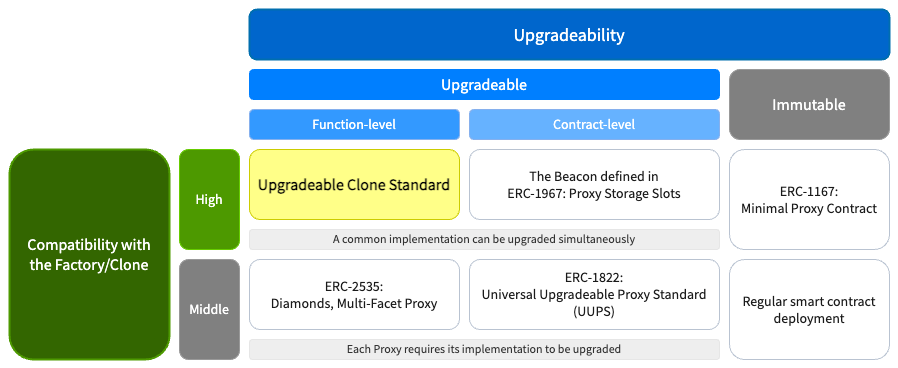
Above: assets/erc-7546/images/usecases.png in ethereum/ERCs (draw.io), before the change. Source tidied: cells renumbered, new cells last; positions are measured from the earlier drawing's top-left corner, leaving out a move shared by most shapes. Source of this version:
```xml
<mxGraphModel>
  <root>
    <mxCell id="0" />
    <mxCell id="1" parent="0" />
    <mxCell id="2" value="Upgradeability" style="rounded=1;whiteSpace=wrap;html=1;fillColor=#0066CC;strokeColor=#006EAF;fillStyle=auto;fontFamily=Source Sans Pro;fontSource=https%3A%2F%2Ffonts.googleapis.com%2Fcss%3Ffamily%3DSource%2BSans%2BPro;fontSize=18;fontStyle=0;glass=0;shadow=0;fontColor=#ffffff;strokeWidth=2;" parent="1" vertex="1">
      <mxGeometry x="240" width="640" height="50" as="geometry" />
    </mxCell>
    <mxCell id="3" value="Upgradeable" style="rounded=1;whiteSpace=wrap;html=1;fontFamily=Source Sans Pro;fontSource=https%3A%2F%2Ffonts.googleapis.com%2Fcss%3Ffamily%3DSource%2BSans%2BPro;fillColor=#007FFF;strokeColor=#007FFF;fontSize=16;glass=0;shadow=0;fontColor=#FFFFFF;" parent="1" vertex="1">
      <mxGeometry x="240" y="60" width="470" height="30" as="geometry" />
    </mxCell>
    <mxCell id="4" value="Immutable" style="rounded=1;whiteSpace=wrap;html=1;fontFamily=Source Sans Pro;fontSource=https%3A%2F%2Ffonts.googleapis.com%2Fcss%3Ffamily%3DSource%2BSans%2BPro;fillColor=#808080;strokeColor=#999999;glass=0;fontSize=16;shadow=0;fontColor=#FFFFFF;" parent="1" vertex="1">
      <mxGeometry x="720" y="60" width="160" height="70" as="geometry" />
    </mxCell>
    <mxCell id="5" value="Contract-level" style="rounded=1;whiteSpace=wrap;html=1;fontFamily=Source Sans Pro;fontSource=https%3A%2F%2Ffonts.googleapis.com%2Fcss%3Ffamily%3DSource%2BSans%2BPro;fillColor=#66B2FF;strokeColor=#86B0ED;fontSize=14;glass=0;shadow=0;fontColor=#FFFFFF;" parent="1" vertex="1">
      <mxGeometry x="460" y="100" width="250" height="30" as="geometry" />
    </mxCell>
    <mxCell id="6" value="Function-level" style="rounded=1;whiteSpace=wrap;html=1;fontFamily=Source Sans Pro;fontSource=https%3A%2F%2Ffonts.googleapis.com%2Fcss%3Ffamily%3DSource%2BSans%2BPro;fillColor=#3399FF;strokeColor=#86B0ED;fontSize=14;glass=0;shadow=0;fontColor=#FFFFFF;" parent="1" vertex="1">
      <mxGeometry x="240" y="100" width="210" height="30" as="geometry" />
    </mxCell>
    <mxCell id="7" value="Compatibility with&lt;br style=&quot;font-size: 16px;&quot;&gt;the Factory/Clone" style="rounded=1;whiteSpace=wrap;html=1;fillColor=#336600;strokeColor=#4D9900;fontFamily=Source Sans Pro;fontSource=https%3A%2F%2Ffonts.googleapis.com%2Fcss%3Ffamily%3DSource%2BSans%2BPro;fontSize=16;glass=0;shadow=0;fontColor=#ffffff;strokeWidth=2;" parent="1" vertex="1">
      <mxGeometry y="140" width="160" height="210" as="geometry" />
    </mxCell>
    <mxCell id="8" value="High" style="rounded=1;whiteSpace=wrap;html=1;fontFamily=Source Sans Pro;fontSource=https%3A%2F%2Ffonts.googleapis.com%2Fcss%3Ffamily%3DSource%2BSans%2BPro;fillColor=#4D9900;strokeColor=#66CC00;fontSize=14;glass=0;shadow=0;fontColor=#FFFFFF;" parent="1" vertex="1">
      <mxGeometry x="170" y="140" width="60" height="100" as="geometry" />
    </mxCell>
    <mxCell id="9" value="Middle" style="rounded=1;whiteSpace=wrap;html=1;fontFamily=Source Sans Pro;fontSource=https%3A%2F%2Ffonts.googleapis.com%2Fcss%3Ffamily%3DSource%2BSans%2BPro;fillColor=#808080;strokeColor=#999999;fontSize=14;glass=0;shadow=0;fontColor=#FFFFFF;" parent="1" vertex="1">
      <mxGeometry x="170" y="250" width="60" height="100" as="geometry" />
    </mxCell>
    <mxCell id="10" value="The Beacon defined in&lt;br style=&quot;font-size: 14px;&quot;&gt;ERC-1967: Proxy Storage Slots" style="rounded=1;whiteSpace=wrap;html=1;fontFamily=Source Sans Pro;fontSource=https%3A%2F%2Ffonts.googleapis.com%2Fcss%3Ffamily%3DSource%2BSans%2BPro;fillColor=#FFFFFF;strokeColor=#B9C3D1;fontSize=14;fontColor=#1A1A1A;" parent="1" vertex="1">
      <mxGeometry x="460" y="140" width="250" height="70" as="geometry" />
    </mxCell>
    <mxCell id="11" value="Upgradeable Clone Standard" style="rounded=1;whiteSpace=wrap;html=1;fontFamily=Source Sans Pro;fontSource=https%3A%2F%2Ffonts.googleapis.com%2Fcss%3Ffamily%3DSource%2BSans%2BPro;fillColor=#ffff88;strokeColor=#CCCC00;fontSize=16;fontStyle=1;" parent="1" vertex="1">
      <mxGeometry x="240" y="140" width="210" height="70" as="geometry" />
    </mxCell>
    <mxCell id="12" value="A common implementation can be upgraded simultaneously" style="rounded=1;whiteSpace=wrap;html=1;fontFamily=Source Sans Pro;fontSource=https%3A%2F%2Ffonts.googleapis.com%2Fcss%3Ffamily%3DSource%2BSans%2BPro;fillColor=#eeeeee;strokeColor=#E6E6E6;fontColor=#333333;" parent="1" vertex="1">
      <mxGeometry x="240" y="220" width="470" height="20" as="geometry" />
    </mxCell>
    <mxCell id="13" value="ERC-1822:&lt;br style=&quot;font-size: 14px;&quot;&gt;Universal Upgradeable Proxy Standard&lt;br style=&quot;font-size: 14px;&quot;&gt;(UUPS)" style="rounded=1;whiteSpace=wrap;html=1;fontFamily=Source Sans Pro;fontSource=https%3A%2F%2Ffonts.googleapis.com%2Fcss%3Ffamily%3DSource%2BSans%2BPro;fillColor=#FFFFFF;strokeColor=#B9C3D1;fontSize=14;fontColor=#1A1A1A;" parent="1" vertex="1">
      <mxGeometry x="460" y="250" width="250" height="70" as="geometry" />
    </mxCell>
    <mxCell id="14" value="ERC-2535:&lt;br style=&quot;font-size: 14px;&quot;&gt;Diamonds, Multi-Facet Proxy" style="rounded=1;whiteSpace=wrap;html=1;fontFamily=Source Sans Pro;fontSource=https%3A%2F%2Ffonts.googleapis.com%2Fcss%3Ffamily%3DSource%2BSans%2BPro;fillColor=#FFFFFF;strokeColor=#B9C3D1;fontSize=14;fontColor=#1A1A1A;" parent="1" vertex="1">
      <mxGeometry x="240" y="250" width="210" height="70" as="geometry" />
    </mxCell>
    <mxCell id="15" value="Each Proxy requires its implementation to be upgraded" style="rounded=1;whiteSpace=wrap;html=1;fontFamily=Source Sans Pro;fontSource=https%3A%2F%2Ffonts.googleapis.com%2Fcss%3Ffamily%3DSource%2BSans%2BPro;fillColor=#eeeeee;strokeColor=#E6E6E6;fontColor=#333333;" parent="1" vertex="1">
      <mxGeometry x="240" y="330" width="470" height="20" as="geometry" />
    </mxCell>
    <mxCell id="16" value="ERC-1167:&lt;br style=&quot;font-size: 14px;&quot;&gt;Minimal Proxy Contract" style="rounded=1;whiteSpace=wrap;html=1;fontFamily=Source Sans Pro;fontSource=https%3A%2F%2Ffonts.googleapis.com%2Fcss%3Ffamily%3DSource%2BSans%2BPro;fillColor=#FFFFFF;strokeColor=#B9C3D1;fontSize=14;fontColor=#1A1A1A;" parent="1" vertex="1">
      <mxGeometry x="720" y="140" width="160" height="100" as="geometry" />
    </mxCell>
    <mxCell id="17" value="Regular smart contract deployment" style="rounded=1;whiteSpace=wrap;html=1;fontFamily=Source Sans Pro;fontSource=https%3A%2F%2Ffonts.googleapis.com%2Fcss%3Ffamily%3DSource%2BSans%2BPro;fillColor=#FFFFFF;strokeColor=#B9C3D1;fontSize=14;fontColor=#1A1A1A;" parent="1" vertex="1">
      <mxGeometry x="720" y="250" width="160" height="100" as="geometry" />
    </mxCell>
  </root>
</mxGraphModel>
```
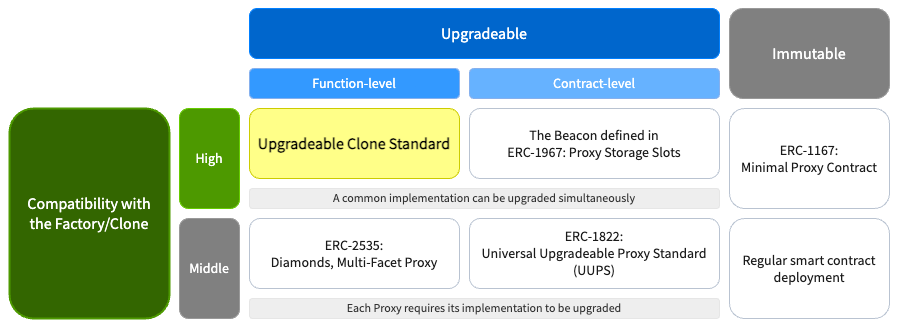
Later version of the same file.

Commit message:
update: usecases disgram

Diff of the diagram source:
```diff
@@ -2,14 +2,11 @@
   <root>
     <mxCell id="0" />
     <mxCell id="1" parent="0" />
-    <mxCell id="2" value="Upgradeability" style="rounded=1;whiteSpace=wrap;html=1;fillColor=#0066CC;strokeColor=#006EAF;fillStyle=auto;fontFamily=Source Sans Pro;fontSource=https%3A%2F%2Ffonts.googleapis.com%2Fcss%3Ffamily%3DSource%2BSans%2BPro;fontSize=18;fontStyle=0;glass=0;shadow=0;fontColor=#ffffff;strokeWidth=2;" parent="1" vertex="1">
-      <mxGeometry x="240" width="640" height="50" as="geometry" />
-    </mxCell>
-    <mxCell id="3" value="Upgradeable" style="rounded=1;whiteSpace=wrap;html=1;fontFamily=Source Sans Pro;fontSource=https%3A%2F%2Ffonts.googleapis.com%2Fcss%3Ffamily%3DSource%2BSans%2BPro;fillColor=#007FFF;strokeColor=#007FFF;fontSize=16;glass=0;shadow=0;fontColor=#FFFFFF;" parent="1" vertex="1">
-      <mxGeometry x="240" y="60" width="470" height="30" as="geometry" />
+    <mxCell id="3" value="Upgradeable" style="rounded=1;whiteSpace=wrap;html=1;fontFamily=Source Sans Pro;fontSource=https%3A%2F%2Ffonts.googleapis.com%2Fcss%3Ffamily%3DSource%2BSans%2BPro;fillColor=#0066CC;strokeColor=#007FFF;fontSize=16;glass=0;shadow=0;fontColor=#FFFFFF;" parent="1" vertex="1">
+      <mxGeometry x="240" y="40" width="470" height="50" as="geometry" />
     </mxCell>
     <mxCell id="4" value="Immutable" style="rounded=1;whiteSpace=wrap;html=1;fontFamily=Source Sans Pro;fontSource=https%3A%2F%2Ffonts.googleapis.com%2Fcss%3Ffamily%3DSource%2BSans%2BPro;fillColor=#808080;strokeColor=#999999;glass=0;fontSize=16;shadow=0;fontColor=#FFFFFF;" parent="1" vertex="1">
-      <mxGeometry x="720" y="60" width="160" height="70" as="geometry" />
+      <mxGeometry x="720" y="40" width="160" height="90" as="geometry" />
     </mxCell>
     <mxCell id="5" value="Contract-level" style="rounded=1;whiteSpace=wrap;html=1;fontFamily=Source Sans Pro;fontSource=https%3A%2F%2Ffonts.googleapis.com%2Fcss%3Ffamily%3DSource%2BSans%2BPro;fillColor=#66B2FF;strokeColor=#86B0ED;fontSize=14;glass=0;shadow=0;fontColor=#FFFFFF;" parent="1" vertex="1">
       <mxGeometry x="460" y="100" width="250" height="30" as="geometry" />
```
